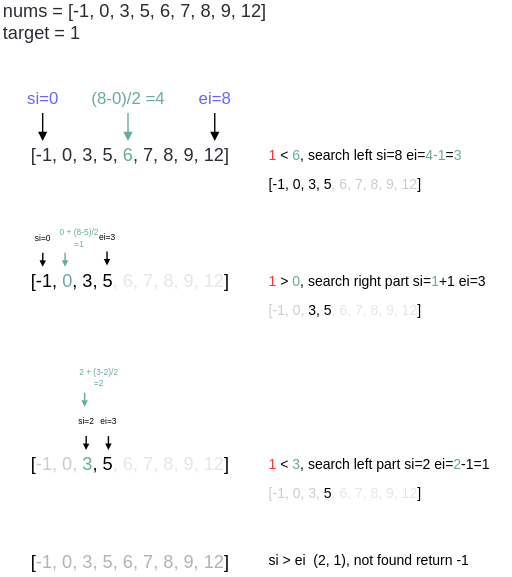
Above: Easy/704-BinarySearch/images/BinartSearcg-NotFound.svg in harryuan65/Grindy-Viking (draw.io), before the change. Source tidied: cells renumbered, new cells last; positions are measured from the earlier drawing's top-left corner, leaving out a move shared by most shapes.
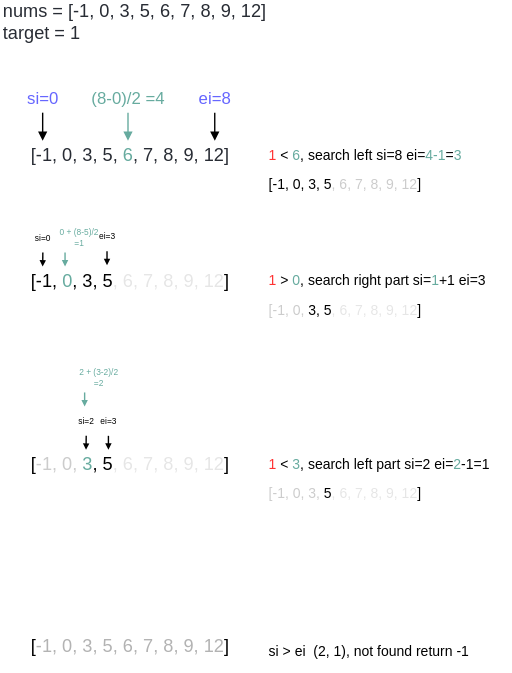
Above is the later version.

Change to the diagram source:
```diff
@@ -1,4 +1,4 @@
-<mxGraphModel>
+<mxGraphModel background="#ffffff">
   <root>
     <mxCell id="0" />
     <mxCell id="1" parent="0" />
@@ -95,10 +95,10 @@
       <mxGeometry x="190" y="341" width="120" height="20" as="geometry" />
     </mxCell>
     <mxCell id="21" value="[&lt;font color=&quot;#b3b3b3&quot;&gt;&lt;font&gt;-1, 0, 3, 5, 6,&lt;/font&gt; 7, &lt;font&gt;8&lt;/font&gt;, 9, 12&lt;/font&gt;]" style="text;html=1;strokeColor=none;fillColor=none;align=left;verticalAlign=middle;whiteSpace=wrap;rounded=0;fontSize=13;fontColor=#000000;" parent="1" vertex="1">
-      <mxGeometry x="20" y="391" width="150" height="20" as="geometry" />
+      <mxGeometry x="20" y="451" width="150" height="20" as="geometry" />
     </mxCell>
     <mxCell id="22" value="&lt;span style=&quot;color: rgb(0 , 0 , 0)&quot;&gt;si &amp;gt; ei&amp;nbsp; (2, 1), not&amp;nbsp;&lt;/span&gt;&lt;font color=&quot;#000000&quot;&gt;found return -1&lt;/font&gt;" style="text;html=1;strokeColor=none;fillColor=none;align=left;verticalAlign=middle;whiteSpace=wrap;rounded=0;fontSize=10;fontColor=#FF8000;" parent="1" vertex="1">
-      <mxGeometry x="190" y="390" width="175" height="20" as="geometry" />
+      <mxGeometry x="190" y="450" width="175" height="30" as="geometry" />
     </mxCell>
   </root>
 </mxGraphModel>
```
